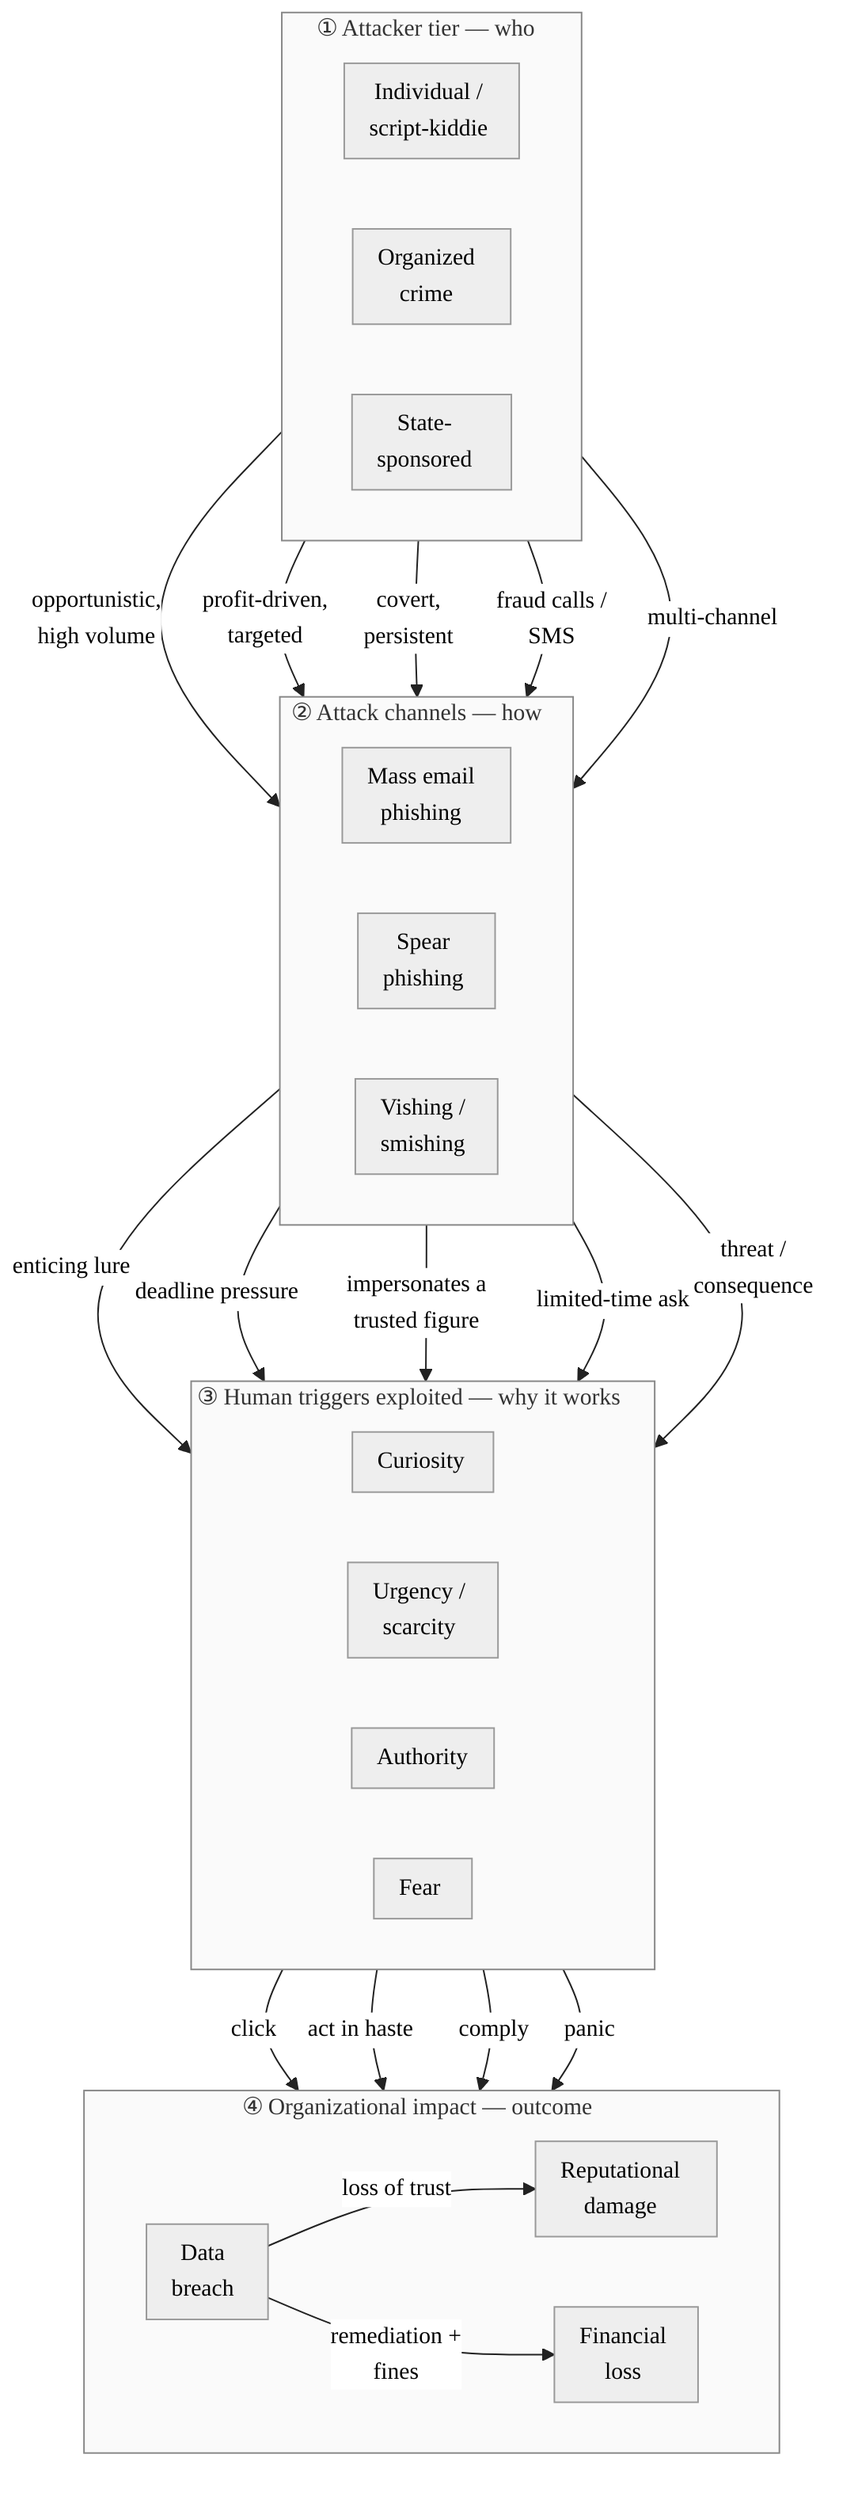
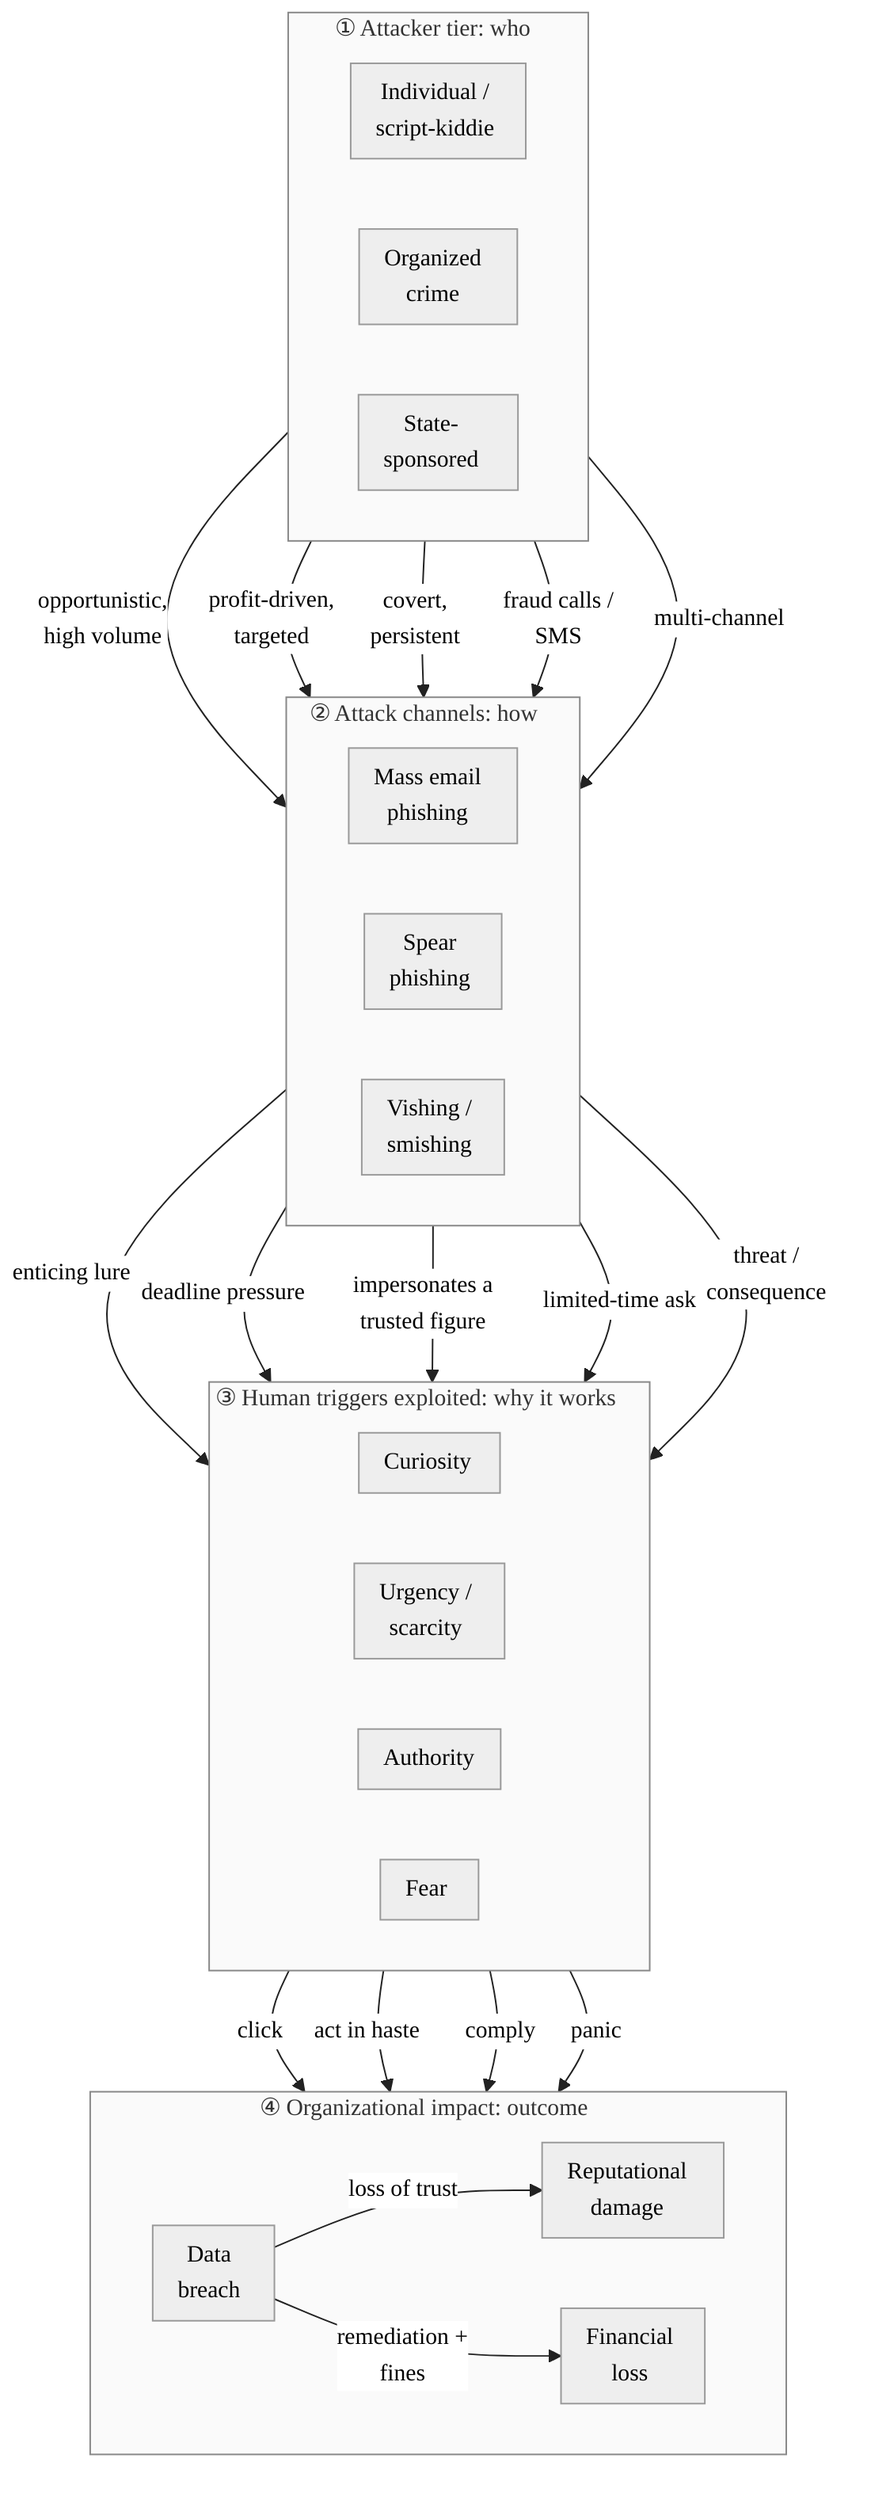
%%{init: {"theme":"neutral","themeVariables":{"fontFamily":"Helvetica, Arial, sans-serif","fontSize":"15px","lineColor":"#222","primaryColor":"#f2f2f2","primaryBorderColor":"#222","primaryTextColor":"#111","clusterBkg":"#fafafa","clusterBorder":"#888"},"flowchart":{"curve":"basis","nodeSpacing":45,"rankSpacing":55,"padding":8}}}%%
flowchart TB
    %% Figure 2 — Phishing Threat Ecosystem (Chapter 1, conceptual)
    %% Read top-to-bottom: WHO attacks -> THROUGH which channel -> EXPLOITING which
    %% human trigger -> RESULTING IN which organizational impact.

-     subgraph TIER["① Attacker tier — who"]
+     subgraph TIER["① Attacker tier: who"]
        direction LR
        A1["Individual /<br/>script-kiddie"]
        A2["Organized<br/>crime"]
        A3["State-<br/>sponsored"]
    end

-     subgraph CHAN["② Attack channels — how"]
+     subgraph CHAN["② Attack channels: how"]
        direction LR
        C1["Mass email<br/>phishing"]
        C2["Spear<br/>phishing"]
        C3["Vishing /<br/>smishing"]
    end

-     subgraph TRIG["③ Human triggers exploited — why it works"]
+     subgraph TRIG["③ Human triggers exploited: why it works"]
        direction LR
        H1["Curiosity"]
        H2["Urgency /<br/>scarcity"]
        H3["Authority"]
        H4["Fear"]
    end

-     subgraph IMPACT["④ Organizational impact — outcome"]
+     subgraph IMPACT["④ Organizational impact: outcome"]
        direction LR
        I1["Reputational<br/>damage"]
        I2["Data<br/>breach"]
        I3["Financial<br/>loss"]
    end

    %% WHO -> HOW (each tier's characteristic channel)
    A1 -- "opportunistic,<br/>high volume" --> C1
    A2 -- "profit-driven,<br/>targeted" --> C2
    A3 -- "covert,<br/>persistent" --> C2
    A2 -- "fraud calls /<br/>SMS" --> C3
    A3 -- "multi-channel" --> C3

    %% HOW -> WHY (the psychological lever each channel pulls)
    C1 -- "enticing lure" --> H1
    C1 -- "deadline pressure" --> H2
    C2 -- "impersonates a<br/>trusted figure" --> H3
    C2 -- "limited-time ask" --> H2
    C3 -- "threat /<br/>consequence" --> H4

    %% WHY -> OUTCOME (deception succeeds, harm follows)
    H1 -- "click" --> I2
    H2 -- "act in haste" --> I2
    H3 -- "comply" --> I2
    H4 -- "panic" --> I2
    I2 -- "loss of trust" --> I1
    I2 -- "remediation +<br/>fines" --> I3
